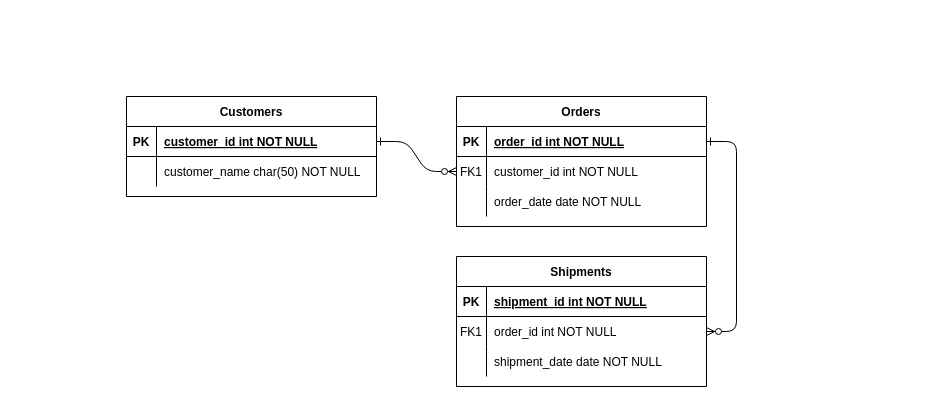
The draw.io diagram Untitled Diagram.drawio in thejana123/grocery_ERP, before the edit. Source tidied: cells renumbered, new cells numbered last; positions are measured from the earlier drawing's top-left corner, leaving out a move shared by most shapes. Both pictures are drawn from the tidied source at 100%, with x=0, y=0 at pixel (126, 96).
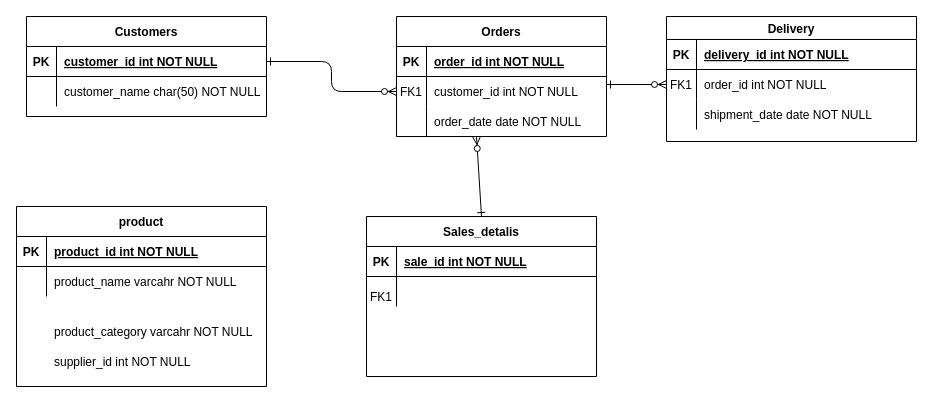
The same diagram, later.

What changed in the source:
```diff
@@
-    <mxCell id="2" style="edgeStyle=entityRelationEdgeStyle;endArrow=ERzeroToMany;startArrow=ERone;endFill=1;startFill=0;" parent="1" edge="1" source="25" target="8">
+    <mxCell id="2" style="edgeStyle=orthogonalEdgeStyle;endArrow=ERzeroToMany;startArrow=ERone;endFill=1;startFill=0;" parent="1" edge="1" source="25" target="8">
       <mxGeometry relative="1" as="geometry" />
     </mxCell>
-    <mxCell id="3" style="edgeStyle=entityRelationEdgeStyle;endArrow=ERzeroToMany;startArrow=ERone;endFill=1;startFill=0;" parent="1" edge="1" source="5" target="18">
-      <mxGeometry relative="1" as="geometry" />
+    <mxCell id="3" style="endArrow=ERzeroToMany;startArrow=ERone;endFill=1;startFill=0;entryX=0;entryY=0.5;entryDx=0;entryDy=0;" parent="1" edge="1" target="18">
+      <mxGeometry relative="1" as="geometry">
+        <mxPoint x="480" y="-12" as="sourcePoint" />
+      </mxGeometry>
     </mxCell>
     <mxCell id="4" value="Orders" style="shape=table;startSize=30;childLayout=tableLayout;rowLines=0;fontStyle=1;align=center;" parent="1" vertex="1">
-      <mxGeometry x="330" width="250" height="130" as="geometry" />
+      <mxGeometry x="270" y="-80" width="210" height="120" as="geometry" />
     </mxCell>
     <mxCell id="5" style="shape=partialRectangle;fillColor=none;points=[[0,0.5],[1,0.5]];portConstraint=eastwest;top=0;left=0;right=0;bottom=1;" parent="4" vertex="1">
-      <mxGeometry y="30" width="250" height="30" as="geometry" />
+      <mxGeometry y="30" width="210" height="30" as="geometry" />
     </mxCell>
@@
     <mxCell id="7" value="order_id int NOT NULL " style="shape=partialRectangle;overflow=hidden;fillColor=none;top=0;left=0;bottom=0;right=0;align=left;spacingLeft=6;fontStyle=5;" parent="5" vertex="1">
-      <mxGeometry x="30" width="220" height="30" as="geometry" />
+      <mxGeometry x="30" width="180" height="30" as="geometry" />
     </mxCell>
     <mxCell id="8" style="shape=partialRectangle;fillColor=none;points=[[0,0.5],[1,0.5]];portConstraint=eastwest;top=0;left=0;right=0;bottom=0;" parent="4" vertex="1">
-      <mxGeometry y="60" width="250" height="30" as="geometry" />
+      <mxGeometry y="60" width="210" height="30" as="geometry" />
     </mxCell>
@@
     <mxCell id="10" value="customer_id int NOT NULL" style="shape=partialRectangle;overflow=hidden;fillColor=none;top=0;left=0;bottom=0;right=0;align=left;spacingLeft=6;" parent="8" vertex="1">
-      <mxGeometry x="30" width="220" height="30" as="geometry" />
+      <mxGeometry x="30" width="180" height="30" as="geometry" />
     </mxCell>
     <mxCell id="11" style="shape=partialRectangle;fillColor=none;top=0;left=0;right=0;bottom=0;" parent="4" vertex="1">
-      <mxGeometry y="90" width="250" height="30" as="geometry" />
+      <mxGeometry y="90" width="210" height="30" as="geometry" />
     </mxCell>
@@
     <mxCell id="13" value="order_date date NOT NULL" style="shape=partialRectangle;overflow=hidden;fillColor=none;top=0;left=0;bottom=0;right=0;align=left;spacingLeft=6;" parent="11" vertex="1">
-      <mxGeometry x="30" width="220" height="30" as="geometry" />
+      <mxGeometry x="30" width="180" height="30" as="geometry" />
     </mxCell>
-    <mxCell id="14" value="Shipments" style="shape=table;startSize=30;childLayout=tableLayout;rowLines=0;fontStyle=1;align=center;" parent="1" vertex="1">
-      <mxGeometry x="330" y="160" width="250" height="130" as="geometry" />
+    <mxCell id="14" value="Delivery" style="shape=table;startSize=23;childLayout=tableLayout;rowLines=0;fontStyle=1;align=center;" parent="1" vertex="1">
+      <mxGeometry x="540" y="-80" width="250" height="125" as="geometry" />
     </mxCell>
     <mxCell id="15" style="shape=partialRectangle;fillColor=none;top=0;left=0;right=0;bottom=1;" parent="14" vertex="1">
-      <mxGeometry y="30" width="250" height="30" as="geometry" />
+      <mxGeometry y="23" width="250" height="30" as="geometry" />
     </mxCell>
@@
-    <mxCell id="17" value="shipment_id int NOT NULL " style="shape=partialRectangle;overflow=hidden;fillColor=none;top=0;left=0;bottom=0;right=0;align=left;spacingLeft=6;fontStyle=5;" parent="15" vertex="1">
+    <mxCell id="17" value="delivery_id int NOT NULL " style="shape=partialRectangle;overflow=hidden;fillColor=none;top=0;left=0;bottom=0;right=0;align=left;spacingLeft=6;fontStyle=5;" parent="15" vertex="1">
       <mxGeometry x="30" width="220" height="30" as="geometry" />
     </mxCell>
     <mxCell id="18" style="shape=partialRectangle;fillColor=none;points=[[0,0.5],[1,0.5]];portConstraint=eastwest;top=0;left=0;right=0;bottom=0;" parent="14" vertex="1">
-      <mxGeometry y="60" width="250" height="30" as="geometry" />
+      <mxGeometry y="53" width="250" height="30" as="geometry" />
     </mxCell>
@@
     <mxCell id="21" style="shape=partialRectangle;fillColor=none;top=0;left=0;right=0;bottom=0;" parent="14" vertex="1">
-      <mxGeometry y="90" width="250" height="30" as="geometry" />
+      <mxGeometry y="83" width="250" height="30" as="geometry" />
     </mxCell>
@@
     <mxCell id="24" value="Customers" style="shape=table;startSize=30;childLayout=tableLayout;rowLines=0;fontStyle=1;align=center;" parent="1" vertex="1">
-      <mxGeometry width="250" height="100" as="geometry" />
+      <mxGeometry x="-100" y="-80" width="240" height="100" as="geometry" />
     </mxCell>
     <mxCell id="25" style="shape=partialRectangle;fillColor=none;points=[[0,0.5],[1,0.5]];portConstraint=eastwest;top=0;left=0;right=0;bottom=1;" parent="24" vertex="1">
-      <mxGeometry y="30" width="250" height="30" as="geometry" />
+      <mxGeometry y="30" width="240" height="30" as="geometry" />
     </mxCell>
@@
     <mxCell id="27" value="customer_id int NOT NULL " style="shape=partialRectangle;overflow=hidden;fillColor=none;top=0;left=0;bottom=0;right=0;align=left;spacingLeft=6;fontStyle=5;" parent="25" vertex="1">
-      <mxGeometry x="30" width="220" height="30" as="geometry" />
+      <mxGeometry x="30" width="210" height="30" as="geometry" />
     </mxCell>
     <mxCell id="28" style="shape=partialRectangle;fillColor=none;top=0;left=0;right=0;bottom=0;" parent="24" vertex="1">
-      <mxGeometry y="60" width="250" height="30" as="geometry" />
+      <mxGeometry y="60" width="240" height="30" as="geometry" />
     </mxCell>
@@
     <mxCell id="30" value="customer_name char(50) NOT NULL" style="shape=partialRectangle;overflow=hidden;fillColor=none;top=0;left=0;bottom=0;right=0;align=left;spacingLeft=6;" parent="28" vertex="1">
-      <mxGeometry x="30" width="220" height="30" as="geometry" />
+      <mxGeometry x="30" width="210" height="30" as="geometry" />
     </mxCell>
+    <mxCell id="31" value="product" style="shape=table;startSize=30;childLayout=tableLayout;rowLines=0;fontStyle=1;align=center;" parent="1" vertex="1">
+      <mxGeometry x="-110" y="110" width="250" height="180" as="geometry" />
+    </mxCell>
+    <mxCell id="32" style="shape=partialRectangle;fillColor=none;top=0;left=0;right=0;bottom=1;" parent="31" vertex="1">
+      <mxGeometry y="30" width="250" height="30" as="geometry" />
+    </mxCell>
+    <mxCell id="33" value="PK" style="shape=partialRectangle;overflow=hidden;fillColor=none;top=0;left=0;bottom=0;right=0;fontStyle=1;" parent="32" vertex="1">
+      <mxGeometry width="30" height="30" as="geometry" />
+    </mxCell>
+    <mxCell id="34" value="product_id int NOT NULL " style="shape=partialRectangle;overflow=hidden;fillColor=none;top=0;left=0;bottom=0;right=0;align=left;spacingLeft=6;fontStyle=5;" parent="32" vertex="1">
+      <mxGeometry x="30" width="220" height="30" as="geometry" />
+    </mxCell>
+    <mxCell id="35" style="shape=partialRectangle;fillColor=none;top=0;left=0;right=0;bottom=0;" parent="31" vertex="1">
+      <mxGeometry y="60" width="250" height="30" as="geometry" />
+    </mxCell>
+    <mxCell id="36" style="shape=partialRectangle;overflow=hidden;fillColor=none;top=0;left=0;bottom=0;right=0;" parent="35" vertex="1">
+      <mxGeometry width="30" height="30" as="geometry" />
+    </mxCell>
+    <mxCell id="37" value="product_name varcahr NOT NULL" style="shape=partialRectangle;overflow=hidden;fillColor=none;top=0;left=0;bottom=0;right=0;align=left;spacingLeft=6;" parent="35" vertex="1">
+      <mxGeometry x="30" width="220" height="30" as="geometry" />
+    </mxCell>
+    <mxCell id="38" value="product_category varcahr NOT NULL" style="shape=partialRectangle;overflow=hidden;fillColor=none;top=0;left=0;bottom=0;right=0;align=left;spacingLeft=6;" parent="1" vertex="1">
+      <mxGeometry x="-80" y="220" width="220" height="30" as="geometry" />
+    </mxCell>
+    <mxCell id="39" value="supplier_id int NOT NULL" style="shape=partialRectangle;overflow=hidden;fillColor=none;top=0;left=0;bottom=0;right=0;align=left;spacingLeft=6;" parent="1" vertex="1">
+      <mxGeometry x="-80" y="250" width="220" height="30" as="geometry" />
+    </mxCell>
+    <mxCell id="40" value="Sales_detalis" style="shape=table;startSize=30;childLayout=tableLayout;rowLines=0;fontStyle=1;align=center;" parent="1" vertex="1">
+      <mxGeometry x="240" y="120" width="230" height="160" as="geometry" />
+    </mxCell>
+    <mxCell id="41" style="shape=partialRectangle;fillColor=none;top=0;left=0;right=0;bottom=1;" parent="40" vertex="1">
+      <mxGeometry y="30" width="230" height="30" as="geometry" />
+    </mxCell>
+    <mxCell id="42" value="PK" style="shape=partialRectangle;overflow=hidden;fillColor=none;top=0;left=0;bottom=0;right=0;fontStyle=1;" parent="41" vertex="1">
+      <mxGeometry width="30" height="30" as="geometry" />
+    </mxCell>
+    <mxCell id="43" value="sale_id int NOT NULL " style="shape=partialRectangle;overflow=hidden;fillColor=none;top=0;left=0;bottom=0;right=0;align=left;spacingLeft=6;fontStyle=5;" parent="41" vertex="1">
+      <mxGeometry x="30" width="200" height="30" as="geometry" />
+    </mxCell>
+    <mxCell id="44" style="shape=partialRectangle;fillColor=none;top=0;left=0;right=0;bottom=0;" parent="40" vertex="1">
+      <mxGeometry y="60" width="230" height="30" as="geometry" />
+    </mxCell>
+    <mxCell id="45" style="shape=partialRectangle;overflow=hidden;fillColor=none;top=0;left=0;bottom=0;right=0;" parent="44" vertex="1">
+      <mxGeometry width="30" height="30" as="geometry" />
+    </mxCell>
+    <mxCell id="46" style="shape=partialRectangle;overflow=hidden;fillColor=none;top=0;left=0;bottom=0;right=0;align=left;spacingLeft=6;" parent="44" vertex="1">
+      <mxGeometry x="30" width="200" height="30" as="geometry" />
+    </mxCell>
+    <mxCell id="47" value="FK1" style="shape=partialRectangle;overflow=hidden;fillColor=none;top=0;left=0;bottom=0;right=0;" parent="1" vertex="1">
+      <mxGeometry x="240" y="185" width="30" height="30" as="geometry" />
+    </mxCell>
+    <mxCell id="48" style="endArrow=ERzeroToMany;html=1;exitX=0.5;exitY=0;exitDx=0;exitDy=0;endFill=1;startArrow=ERone;startFill=0;" parent="1" edge="1" source="40">
+      <mxGeometry relative="1" as="geometry">
+        <mxPoint x="350" y="40" as="targetPoint" />
+      </mxGeometry>
+    </mxCell>
```
